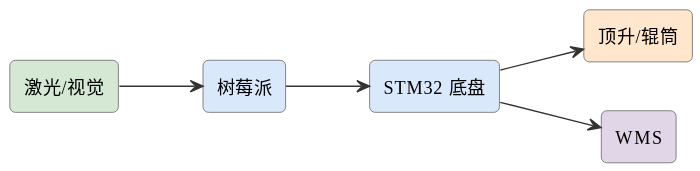
Earlier version of the PlantUML export assets/diagrams/ideas-fig121.svg (mingyi0818/IntelligentMcuCourse).
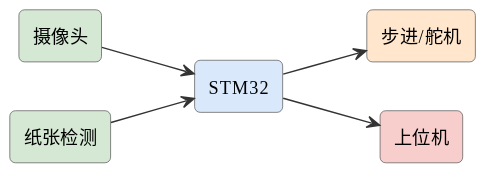
After the change.

Change to the diagram source:
```diff
@@ -6,13 +6,13 @@
 skinparam arrowFontSize 11
 skinparam arrowColor #333
 left to right direction
-rectangle "激光/视觉" as nav #d5e8d4
-rectangle "树莓派" as pi #dae8fc
-rectangle "STM32 底盘" as stm #dae8fc
-rectangle "顶升/辊筒" as lift #ffe6cc
-rectangle "WMS" as wms #e1d5e8
-nav --> pi
-pi --> stm
-stm --> lift
-stm --> wms
+rectangle "STM32" as stm #dae8fc
+rectangle "步进/舵机" as step #ffe6cc
+rectangle "摄像头" as cam #d5e8d4
+rectangle "纸张检测" as det #d5e8d4
+rectangle "上位机" as pc #f8cecc
+stm --> step
+cam --> stm
+det --> stm
+stm --> pc
 @enduml
```
